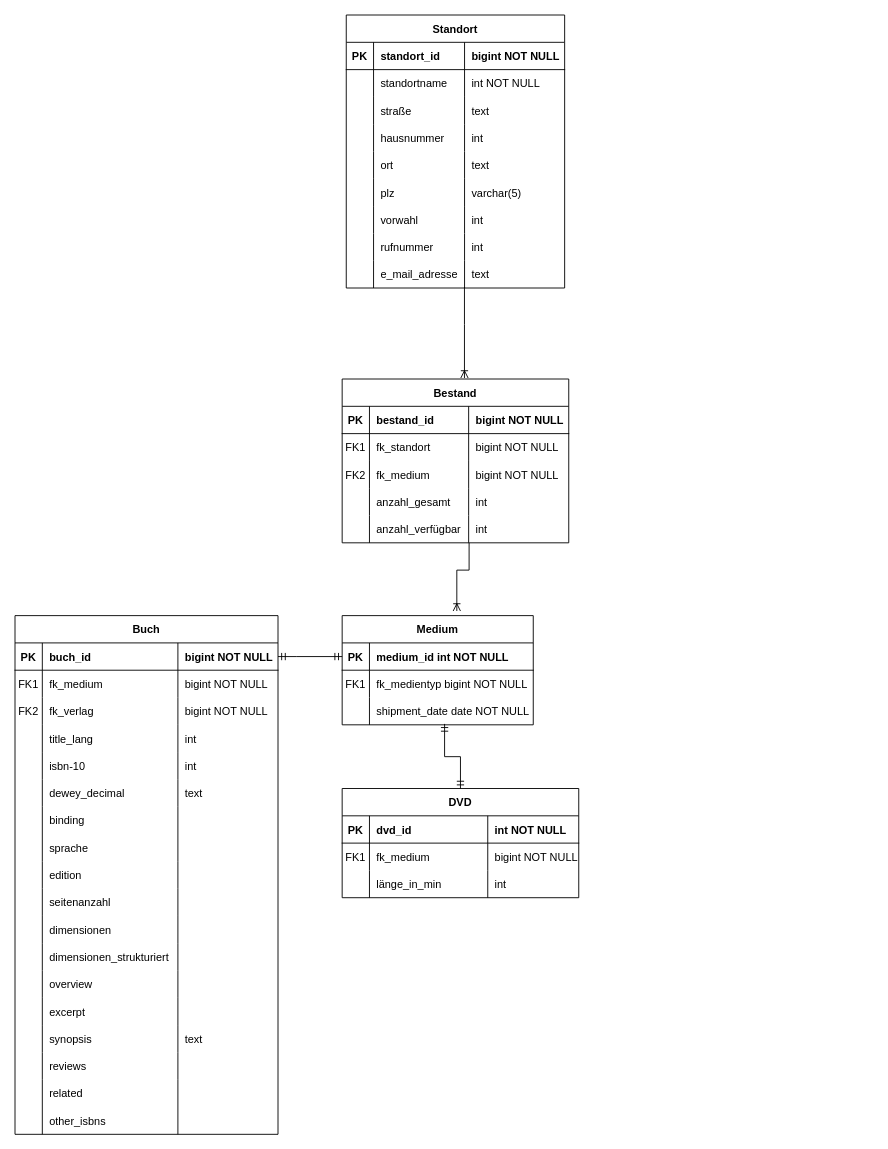
Before: ERM_Bibliotheksverwaltung.drawio in typhooncode-library-administration/1.organization-documentation-wiki, a draw.io diagram. Source tidied: cells renumbered, new cells numbered last; positions are measured from the earlier drawing's top-left corner, leaving out a move shared by most shapes. Both pictures are drawn from the tidied source at 91%, with x=0, y=0 at pixel (15, 15).
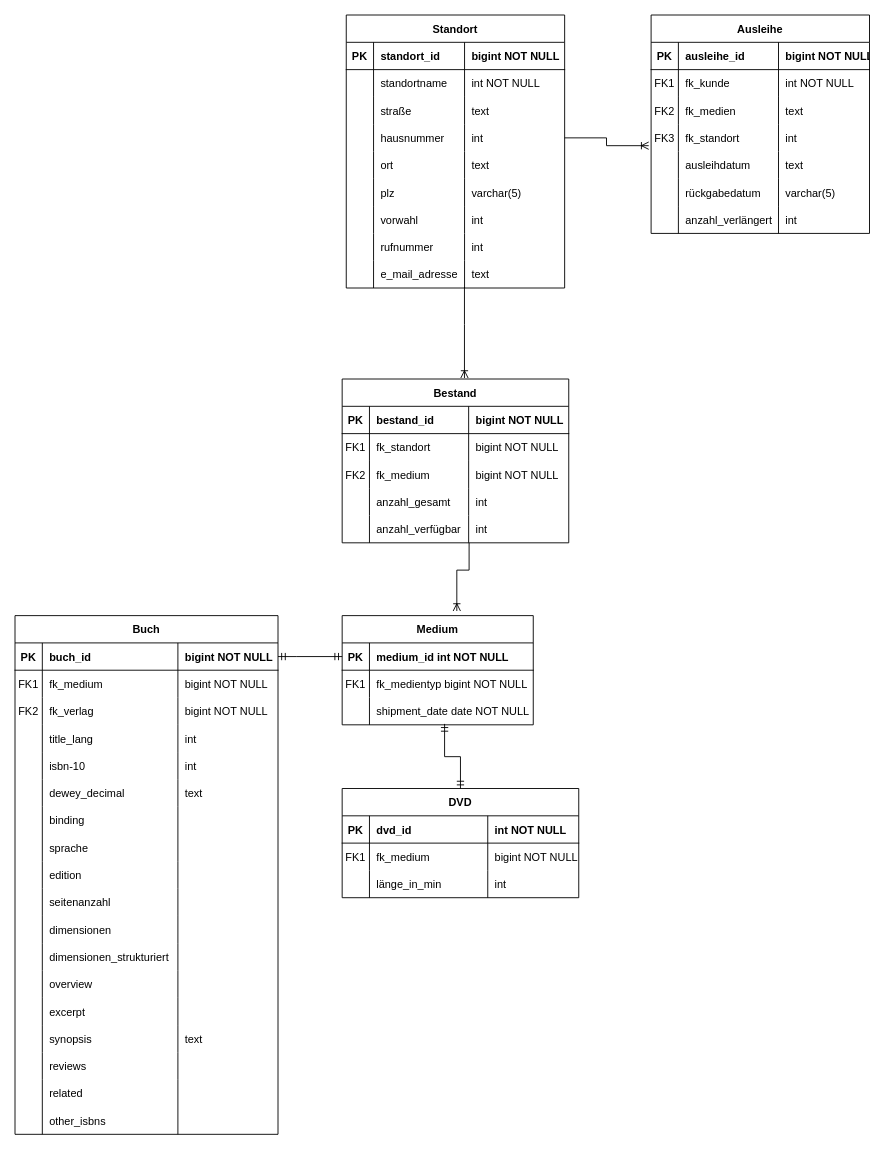
The same diagram, later.

Unchanged cells that the change refers to:
```xml
<mxCell id="15" style="shape=partialRectangle;fillColor=none;points=[[0,0.5],[1,0.5]];portConstraint=eastwest;top=0;left=0;right=0;bottom=0;" parent="2" vertex="1">
  <mxGeometry y="120" width="240" height="30" as="geometry" />
</mxCell>
```

Diff of the diagram source:
```diff
@@
+    <mxCell id="160" value="Ausleihe" style="shape=table;startSize=30;childLayout=tableLayout;rowLines=0;fontStyle=1;align=center;" parent="1" vertex="1">
+      <mxGeometry x="699" width="240" height="240" as="geometry" />
+    </mxCell>
+    <mxCell id="161" style="shape=partialRectangle;fillColor=none;top=0;left=0;right=0;bottom=1;" parent="160" vertex="1">
+      <mxGeometry y="30" width="240" height="30" as="geometry" />
+    </mxCell>
+    <mxCell id="162" value="PK" style="shape=partialRectangle;overflow=hidden;fillColor=none;top=0;left=0;bottom=0;right=0;fontStyle=1;" parent="161" vertex="1">
+      <mxGeometry width="30" height="30" as="geometry" />
+    </mxCell>
+    <mxCell id="163" value="ausleihe_id" style="shape=partialRectangle;overflow=hidden;fillColor=none;top=0;left=0;bottom=0;right=0;align=left;spacingLeft=6;fontStyle=1;" parent="161" vertex="1">
+      <mxGeometry x="30" width="110" height="30" as="geometry" />
+    </mxCell>
+    <mxCell id="164" value="bigint NOT NULL" style="shape=partialRectangle;overflow=hidden;fillColor=none;top=0;left=0;bottom=0;right=0;align=left;spacingLeft=6;fontStyle=1;" parent="161" vertex="1">
+      <mxGeometry x="140" width="100" height="30" as="geometry" />
+    </mxCell>
+    <mxCell id="165" style="shape=partialRectangle;fillColor=none;top=0;left=0;right=0;bottom=0;" parent="160" vertex="1">
+      <mxGeometry y="60" width="240" height="30" as="geometry" />
+    </mxCell>
+    <mxCell id="166" value="FK1" style="shape=partialRectangle;overflow=hidden;fillColor=none;top=0;left=0;bottom=0;right=0;" parent="165" vertex="1">
+      <mxGeometry width="30" height="30" as="geometry" />
+    </mxCell>
+    <mxCell id="167" value="fk_kunde" style="shape=partialRectangle;overflow=hidden;fillColor=none;top=0;left=0;bottom=0;right=0;align=left;spacingLeft=6;" parent="165" vertex="1">
+      <mxGeometry x="30" width="110" height="30" as="geometry" />
+    </mxCell>
+    <mxCell id="168" value="int NOT NULL" style="shape=partialRectangle;overflow=hidden;fillColor=none;top=0;left=0;bottom=0;right=0;align=left;spacingLeft=6;" parent="165" vertex="1">
+      <mxGeometry x="140" width="100" height="30" as="geometry" />
+    </mxCell>
+    <mxCell id="169" style="shape=partialRectangle;fillColor=none;top=0;left=0;right=0;bottom=0;" parent="160" vertex="1">
+      <mxGeometry y="90" width="240" height="30" as="geometry" />
+    </mxCell>
+    <mxCell id="170" value="FK2" style="shape=partialRectangle;overflow=hidden;fillColor=none;top=0;left=0;bottom=0;right=0;" parent="169" vertex="1">
+      <mxGeometry width="30" height="30" as="geometry" />
+    </mxCell>
+    <mxCell id="171" value="fk_medien" style="shape=partialRectangle;overflow=hidden;fillColor=none;top=0;left=0;bottom=0;right=0;align=left;spacingLeft=6;" parent="169" vertex="1">
+      <mxGeometry x="30" width="110" height="30" as="geometry" />
+    </mxCell>
+    <mxCell id="172" value="text" style="shape=partialRectangle;overflow=hidden;fillColor=none;top=0;left=0;bottom=0;right=0;align=left;spacingLeft=6;" parent="169" vertex="1">
+      <mxGeometry x="140" width="100" height="30" as="geometry" />
+    </mxCell>
+    <mxCell id="173" style="shape=partialRectangle;fillColor=none;points=[[0,0.5],[1,0.5]];portConstraint=eastwest;top=0;left=0;right=0;bottom=0;" parent="160" vertex="1">
+      <mxGeometry y="120" width="240" height="30" as="geometry" />
+    </mxCell>
+    <mxCell id="174" value="FK3" style="shape=partialRectangle;overflow=hidden;fillColor=none;top=0;left=0;bottom=0;right=0;" parent="173" vertex="1">
+      <mxGeometry width="30" height="30" as="geometry" />
+    </mxCell>
+    <mxCell id="175" value="fk_standort" style="shape=partialRectangle;overflow=hidden;fillColor=none;top=0;left=0;bottom=0;right=0;align=left;spacingLeft=6;" parent="173" vertex="1">
+      <mxGeometry x="30" width="110" height="30" as="geometry" />
+    </mxCell>
+    <mxCell id="176" value="int" style="shape=partialRectangle;overflow=hidden;fillColor=none;top=0;left=0;bottom=0;right=0;align=left;spacingLeft=6;" parent="173" vertex="1">
+      <mxGeometry x="140" width="100" height="30" as="geometry" />
+    </mxCell>
+    <mxCell id="177" style="shape=partialRectangle;fillColor=none;top=0;left=0;right=0;bottom=0;" parent="160" vertex="1">
+      <mxGeometry y="150" width="240" height="30" as="geometry" />
+    </mxCell>
+    <mxCell id="178" style="shape=partialRectangle;overflow=hidden;fillColor=none;top=0;left=0;bottom=0;right=0;" parent="177" vertex="1">
+      <mxGeometry width="30" height="30" as="geometry" />
+    </mxCell>
+    <mxCell id="179" value="ausleihdatum" style="shape=partialRectangle;overflow=hidden;fillColor=none;top=0;left=0;bottom=0;right=0;align=left;spacingLeft=6;" parent="177" vertex="1">
+      <mxGeometry x="30" width="110" height="30" as="geometry" />
+    </mxCell>
+    <mxCell id="180" value="text" style="shape=partialRectangle;overflow=hidden;fillColor=none;top=0;left=0;bottom=0;right=0;align=left;spacingLeft=6;" parent="177" vertex="1">
+      <mxGeometry x="140" width="100" height="30" as="geometry" />
+    </mxCell>
+    <mxCell id="181" style="shape=partialRectangle;fillColor=none;top=0;left=0;right=0;bottom=0;" parent="160" vertex="1">
+      <mxGeometry y="180" width="240" height="30" as="geometry" />
+    </mxCell>
+    <mxCell id="182" style="shape=partialRectangle;overflow=hidden;fillColor=none;top=0;left=0;bottom=0;right=0;" parent="181" vertex="1">
+      <mxGeometry width="30" height="30" as="geometry" />
+    </mxCell>
+    <mxCell id="183" value="rückgabedatum" style="shape=partialRectangle;overflow=hidden;fillColor=none;top=0;left=0;bottom=0;right=0;align=left;spacingLeft=6;" parent="181" vertex="1">
+      <mxGeometry x="30" width="110" height="30" as="geometry" />
+    </mxCell>
+    <mxCell id="184" value="varchar(5)" style="shape=partialRectangle;overflow=hidden;fillColor=none;top=0;left=0;bottom=0;right=0;align=left;spacingLeft=6;" parent="181" vertex="1">
+      <mxGeometry x="140" width="100" height="30" as="geometry" />
+    </mxCell>
+    <mxCell id="185" style="shape=partialRectangle;fillColor=none;top=0;left=0;right=0;bottom=0;" parent="160" vertex="1">
+      <mxGeometry y="210" width="240" height="30" as="geometry" />
+    </mxCell>
+    <mxCell id="186" style="shape=partialRectangle;overflow=hidden;fillColor=none;top=0;left=0;bottom=0;right=0;" parent="185" vertex="1">
+      <mxGeometry width="30" height="30" as="geometry" />
+    </mxCell>
+    <mxCell id="187" value="anzahl_verlängert" style="shape=partialRectangle;overflow=hidden;fillColor=none;top=0;left=0;bottom=0;right=0;align=left;spacingLeft=6;" parent="185" vertex="1">
+      <mxGeometry x="30" width="110" height="30" as="geometry" />
+    </mxCell>
+    <mxCell id="188" value="int" style="shape=partialRectangle;overflow=hidden;fillColor=none;top=0;left=0;bottom=0;right=0;align=left;spacingLeft=6;" parent="185" vertex="1">
+      <mxGeometry x="140" width="100" height="30" as="geometry" />
+    </mxCell>
+    <mxCell id="189" style="edgeStyle=elbowEdgeStyle;fontSize=12;html=1;endArrow=ERoneToMany;rounded=0;exitX=1;exitY=0.5;exitDx=0;exitDy=0;entryX=-0.011;entryY=0.786;entryDx=0;entryDy=0;entryPerimeter=0;" parent="1" edge="1" source="15" target="173">
+      <mxGeometry relative="1" as="geometry" />
+    </mxCell>
```
